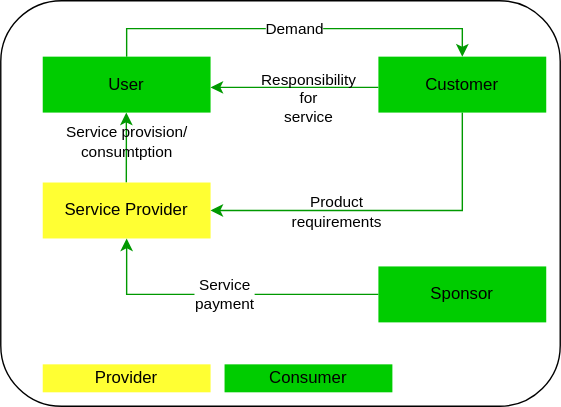
Before: 02. Service Management/Images/ITIL_consumer.svg, a diagram exported from draw.io (EnProxima/Experience). Source tidied: cells renumbered, new cells last; positions are measured from the earlier drawing's top-left corner, leaving out a move shared by most shapes.
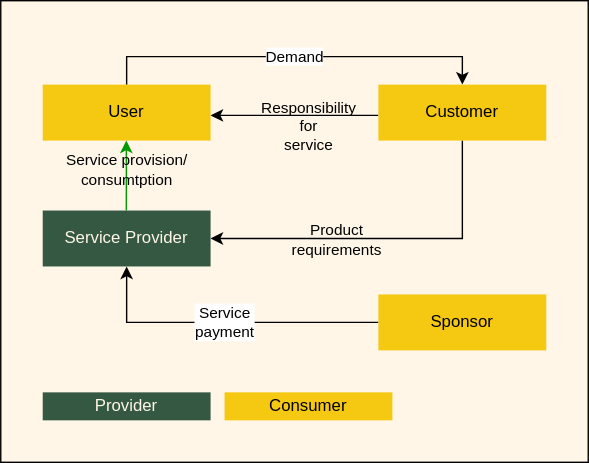
Later version of the same file.

Change to the diagram source:
```diff
@@ -2,9 +2,9 @@
   <root>
     <mxCell id="0" />
     <mxCell id="1" parent="0" />
-    <mxCell id="2" style="rounded=1;whiteSpace=wrap;html=1;" parent="1" vertex="1">
-      <mxGeometry width="400" height="290" as="geometry" />
-    </mxCell>
+    <mxCell id="16" style="rounded=0;whiteSpace=wrap;html=1;fontColor=#FFF6E8;strokeColor=#000000;fillColor=#FFF6E8;" parent="1" vertex="1">
+      <mxGeometry y="-20" width="420" height="330" as="geometry" />
+    </mxCell>
     <mxCell id="3" style="edgeStyle=orthogonalEdgeStyle;rounded=0;orthogonalLoop=1;jettySize=auto;html=1;entryX=0.5;entryY=1;entryDx=0;entryDy=0;strokeColor=#009900;" parent="1" edge="1">
       <mxGeometry relative="1" as="geometry">
         <mxPoint x="89.8" y="130" as="sourcePoint" />
@@ -20,16 +20,16 @@
         <mxPoint x="2" y="-11" as="offset" />
       </mxGeometry>
     </mxCell>
-    <mxCell id="5" value="Service Provider" style="rounded=0;whiteSpace=wrap;html=1;strokeColor=none;fillColor=#FFFF33;" parent="1" vertex="1">
+    <mxCell id="5" value="Service Provider" style="rounded=0;whiteSpace=wrap;html=1;strokeColor=none;fillColor=#345841;fontColor=#FFF6E8;" parent="1" vertex="1">
       <mxGeometry x="30" y="130" width="120" height="40" as="geometry" />
     </mxCell>
-    <mxCell id="6" value="Demand" style="edgeStyle=orthogonalEdgeStyle;rounded=0;jettySize=auto;html=1;entryX=0.5;entryY=0;entryDx=0;entryDy=0;exitX=0.5;exitY=0;exitDx=0;exitDy=0;strokeColor=#009900;" parent="1" edge="1" source="7" target="11">
+    <mxCell id="6" value="Demand" style="edgeStyle=orthogonalEdgeStyle;rounded=0;jettySize=auto;html=1;entryX=0.5;entryY=0;entryDx=0;entryDy=0;exitX=0.5;exitY=0;exitDx=0;exitDy=0;" parent="1" edge="1" source="7" target="11">
       <mxGeometry relative="1" as="geometry" />
     </mxCell>
-    <mxCell id="7" value="User" style="rounded=0;whiteSpace=wrap;html=1;fillColor=#00CC00;strokeColor=none;" parent="1" vertex="1">
+    <mxCell id="7" value="User" style="rounded=0;whiteSpace=wrap;html=1;strokeColor=none;fillColor=#F5C812;" parent="1" vertex="1">
       <mxGeometry x="30" y="40" width="120" height="40" as="geometry" />
     </mxCell>
-    <mxCell id="8" style="edgeStyle=orthogonalEdgeStyle;rounded=0;jettySize=auto;html=1;entryX=1;entryY=0.5;entryDx=0;entryDy=0;exitX=0.5;exitY=1;exitDx=0;exitDy=0;strokeColor=#009900;" parent="1" edge="1" source="11" target="5">
+    <mxCell id="8" style="edgeStyle=orthogonalEdgeStyle;rounded=0;jettySize=auto;html=1;entryX=1;entryY=0.5;entryDx=0;entryDy=0;exitX=0.5;exitY=1;exitDx=0;exitDy=0;" parent="1" edge="1" source="11" target="5">
       <mxGeometry relative="1" as="geometry" />
     </mxCell>
     <mxCell id="9" value="Product &lt;br&gt;requirements" style="edgeLabel;html=1;align=center;verticalAlign=middle;labelBackgroundColor=none;" parent="8" vertex="1">
@@ -37,25 +37,25 @@
         <mxPoint x="-86" as="offset" />
       </mxGeometry>
     </mxCell>
-    <mxCell id="10" value="Responsibility&lt;br&gt;for &lt;br&gt;service" style="edgeStyle=orthogonalEdgeStyle;rounded=0;orthogonalLoop=1;jettySize=auto;html=1;labelBackgroundColor=none;strokeColor=#009900;" parent="1" edge="1">
+    <mxCell id="10" value="Responsibility&lt;br&gt;for &lt;br&gt;service" style="edgeStyle=orthogonalEdgeStyle;rounded=0;orthogonalLoop=1;jettySize=auto;html=1;labelBackgroundColor=none;" parent="1" edge="1">
       <mxGeometry x="-0.17" y="8" relative="1" as="geometry">
         <mxPoint x="270" y="62" as="sourcePoint" />
         <mxPoint x="150" y="62" as="targetPoint" />
       </mxGeometry>
     </mxCell>
-    <mxCell id="11" value="Customer" style="rounded=0;whiteSpace=wrap;html=1;fillColor=#00CC00;strokeColor=none;" parent="1" vertex="1">
+    <mxCell id="11" value="Customer" style="rounded=0;whiteSpace=wrap;html=1;strokeColor=none;fillColor=#F5C812;" parent="1" vertex="1">
       <mxGeometry x="270" y="40" width="120" height="40" as="geometry" />
     </mxCell>
-    <mxCell id="12" value="Service &lt;br&gt;payment" style="edgeStyle=orthogonalEdgeStyle;rounded=0;jettySize=auto;html=1;entryX=0.5;entryY=1;entryDx=0;entryDy=0;strokeColor=#009900;" parent="1" edge="1" source="13" target="5">
+    <mxCell id="12" value="Service &lt;br&gt;payment" style="edgeStyle=orthogonalEdgeStyle;rounded=0;jettySize=auto;html=1;entryX=0.5;entryY=1;entryDx=0;entryDy=0;" parent="1" edge="1" source="13" target="5">
       <mxGeometry relative="1" as="geometry" />
     </mxCell>
-    <mxCell id="13" value="Sponsor" style="rounded=0;whiteSpace=wrap;html=1;fillColor=#00CC00;strokeColor=none;" parent="1" vertex="1">
+    <mxCell id="13" value="Sponsor" style="rounded=0;whiteSpace=wrap;html=1;strokeColor=none;fillColor=#F5C812;" parent="1" vertex="1">
       <mxGeometry x="270" y="190" width="120" height="40" as="geometry" />
     </mxCell>
-    <mxCell id="14" value="Provider" style="rounded=0;whiteSpace=wrap;html=1;fillColor=#FFFF33;strokeColor=none;" parent="1" vertex="1">
+    <mxCell id="14" value="Provider" style="rounded=0;whiteSpace=wrap;html=1;strokeColor=none;fillColor=#345841;fontColor=#FFF6E8;" parent="1" vertex="1">
       <mxGeometry x="30" y="260" width="120" height="20" as="geometry" />
     </mxCell>
-    <mxCell id="15" value="Consumer" style="rounded=0;whiteSpace=wrap;html=1;fillColor=#00CC00;strokeColor=none;" parent="1" vertex="1">
+    <mxCell id="15" value="Consumer" style="rounded=0;whiteSpace=wrap;html=1;strokeColor=none;fillColor=#F5C812;" parent="1" vertex="1">
       <mxGeometry x="160" y="260" width="120" height="20" as="geometry" />
     </mxCell>
   </root>
```
